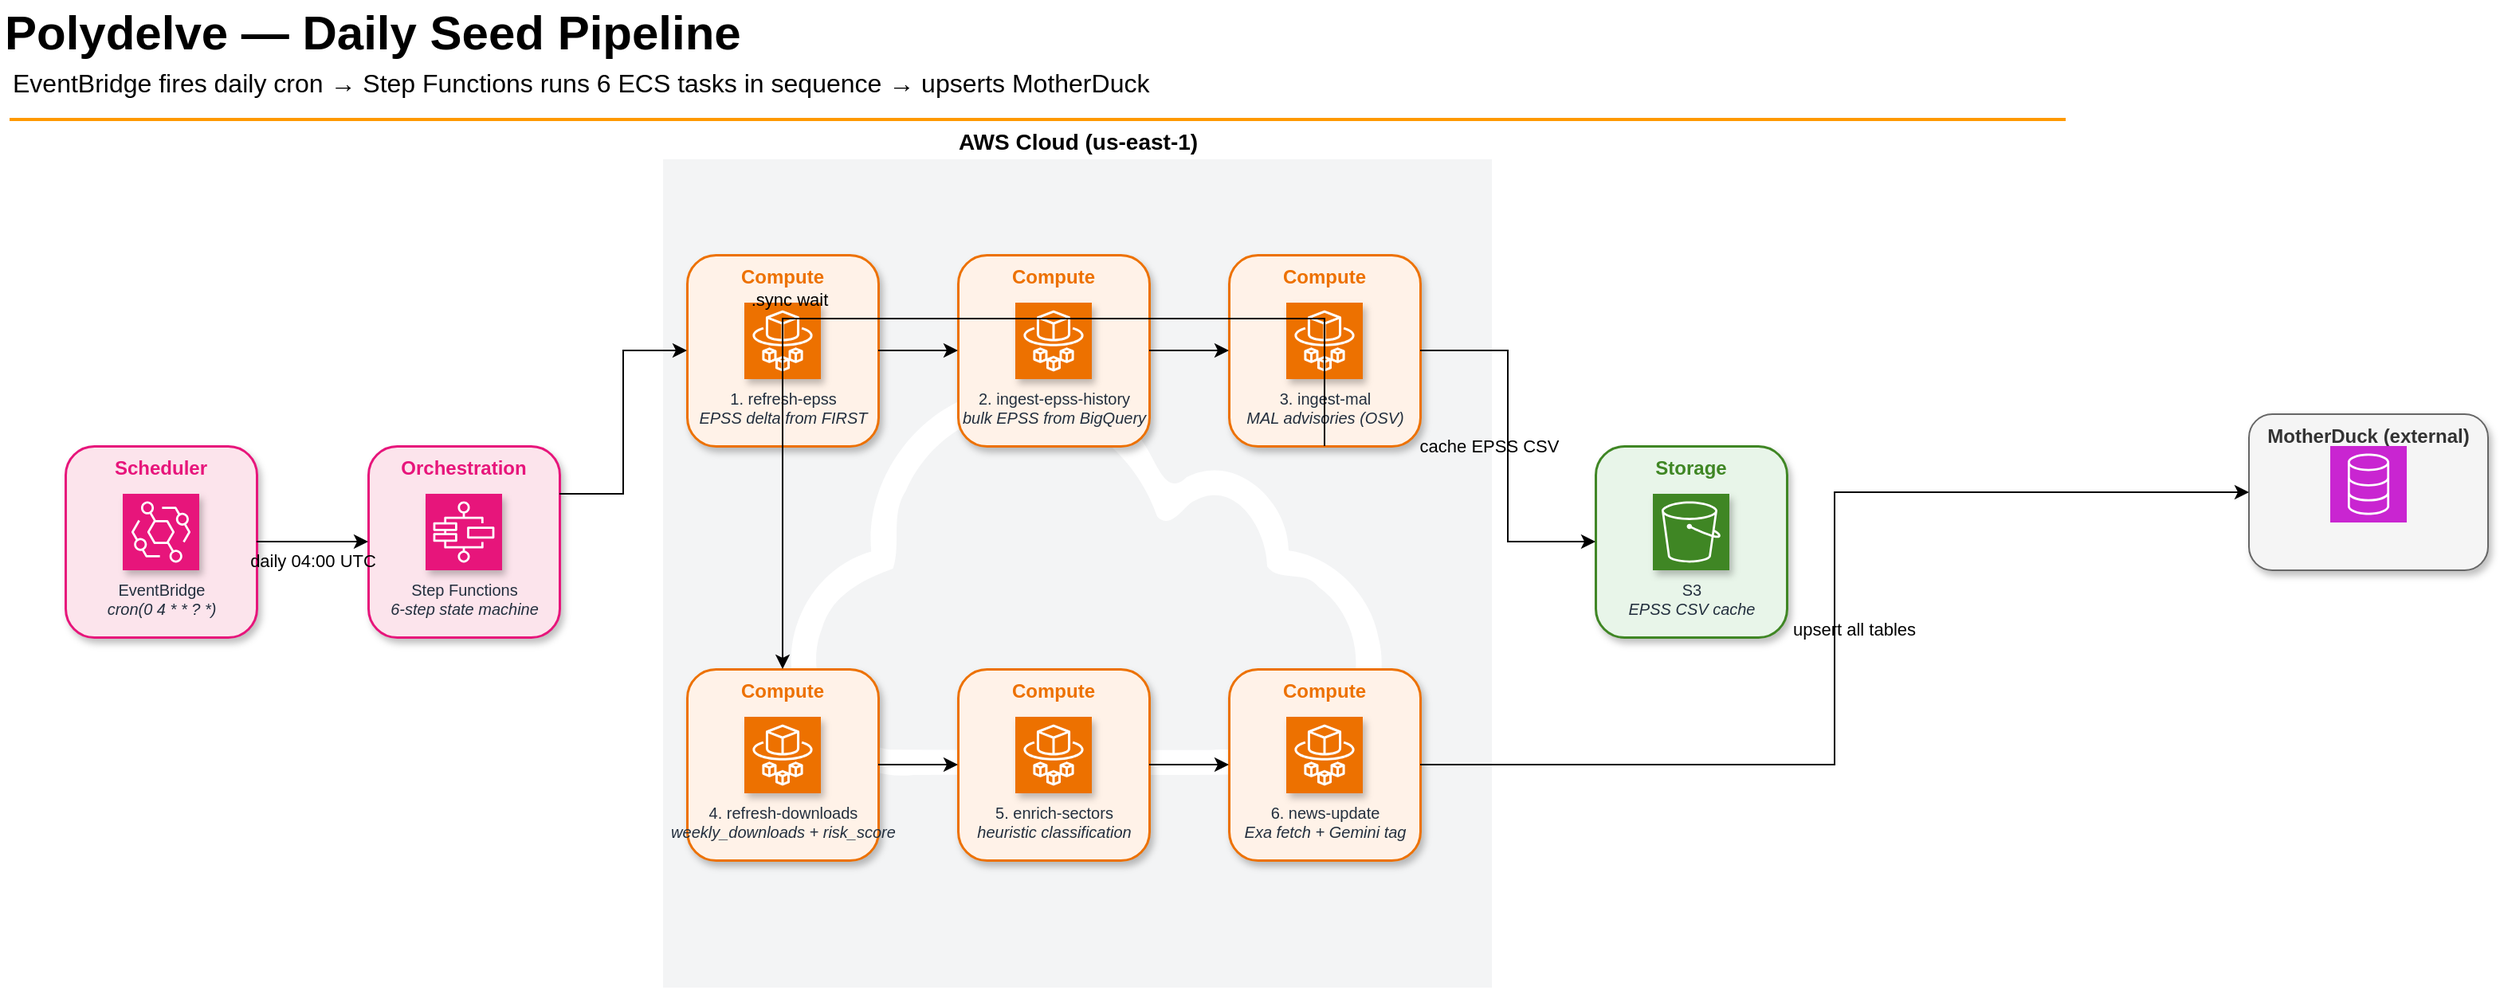
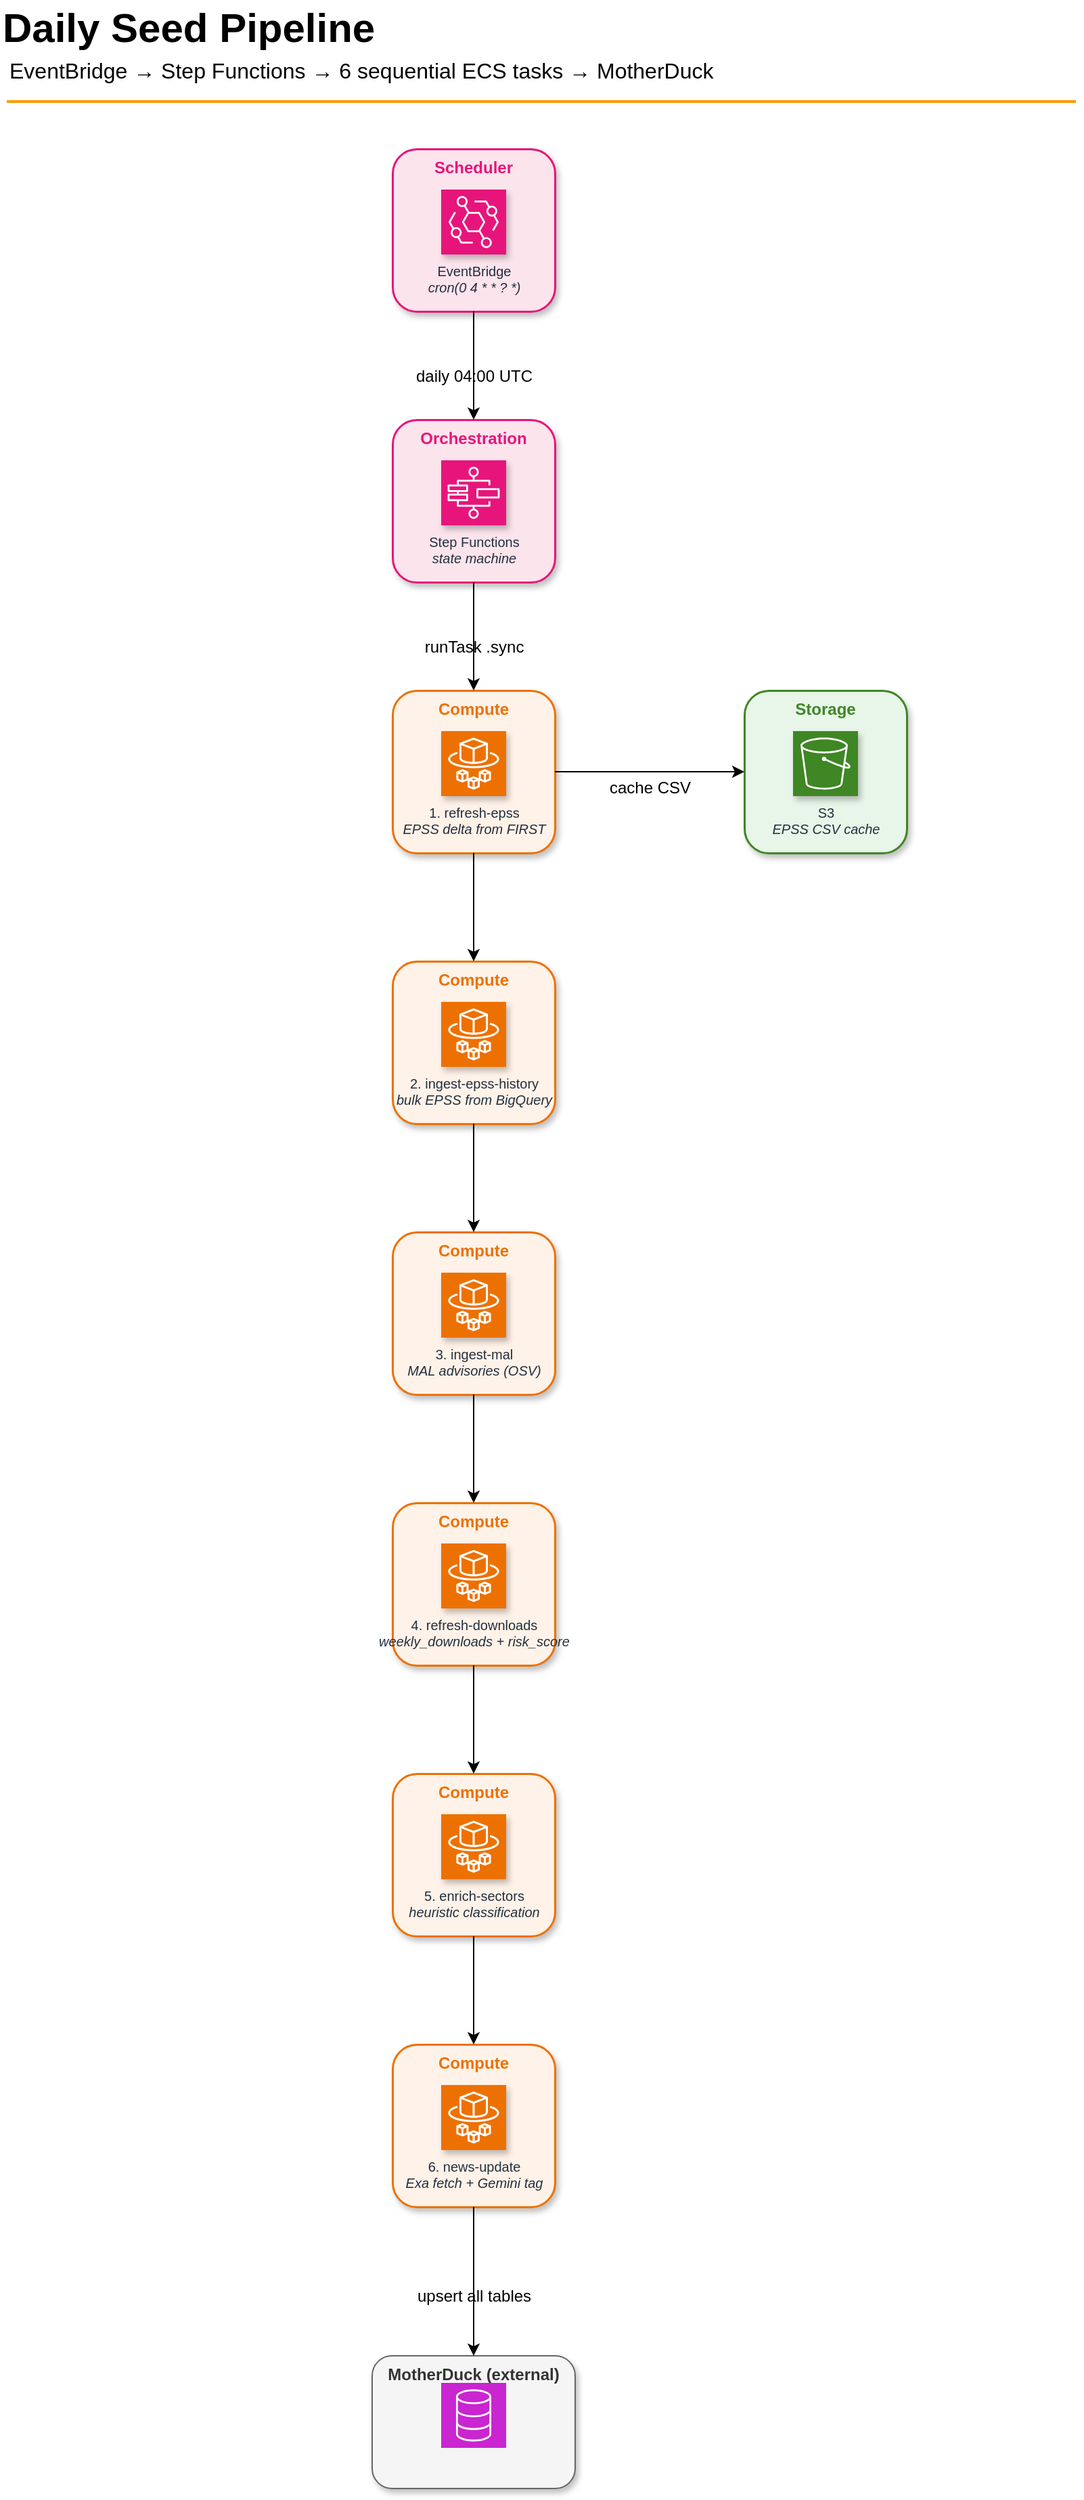
<mxfile host="Electron" version="29.6.1">
  <diagram name="Page-1" id="seed-pipeline">
-     <mxGraphModel dx="1600" dy="800" grid="0" gridSize="10" guides="1" tooltips="1" connect="1" arrows="1" fold="1" page="0" pageScale="1" pageWidth="1600" pageHeight="700" math="0" shadow="0">
+     <mxGraphModel dx="1200" dy="900" grid="0" gridSize="10" guides="1" tooltips="1" connect="1" arrows="1" fold="1" page="0" pageScale="1" pageWidth="900" pageHeight="1600" math="0" shadow="0">
      <root>
        <mxCell id="0" />
        <mxCell id="1" parent="0" />

        <!-- Title -->
        <mxCell id="title-group" connectable="0" style="group;fontFamily=Helvetica;" value="" vertex="1" parent="1">
-           <mxGeometry height="83" width="1300" x="50" y="20" as="geometry" />
+           <mxGeometry height="83" width="800" x="50" y="20" as="geometry" />
        </mxCell>
-         <mxCell id="title-text" style="text;html=1;align=left;verticalAlign=top;spacingTop=-4;fontSize=30;fontStyle=1;fontFamily=Helvetica;" value="Polydelve — Daily Seed Pipeline" vertex="1" parent="title-group">
-           <mxGeometry height="42" width="900" as="geometry" />
+         <mxCell id="title-text" style="text;html=1;align=left;verticalAlign=top;spacingTop=-4;fontSize=30;fontStyle=1;fontFamily=Helvetica;" value="Daily Seed Pipeline" vertex="1" parent="title-group">
+           <mxGeometry height="42" width="600" as="geometry" />
        </mxCell>
-         <mxCell id="subtitle-text" style="text;html=1;align=left;verticalAlign=top;spacingTop=-4;fontSize=16;fontFamily=Helvetica;" value="EventBridge fires daily cron → Step Functions runs 6 ECS tasks in sequence → upserts MotherDuck" vertex="1" parent="title-group">
-           <mxGeometry height="25" width="1100" x="5" y="40" as="geometry" />
+         <mxCell id="subtitle-text" style="text;html=1;align=left;verticalAlign=top;spacingTop=-4;fontSize=16;fontFamily=Helvetica;" value="EventBridge → Step Functions → 6 sequential ECS tasks → MotherDuck" vertex="1" parent="title-group">
+           <mxGeometry height="25" width="760" x="5" y="40" as="geometry" />
        </mxCell>
        <mxCell id="title-sep" style="line;strokeWidth=2;html=1;strokeColor=#FF9900;fontFamily=Helvetica;" value="" vertex="1" parent="title-group">
-           <mxGeometry height="10" width="1290" x="5" y="70" as="geometry" />
-         </mxCell>
- 
-         <!-- AWS Cloud -->
-         <mxCell id="aws-cloud" style="points=[[0,0],[0.25,0],[0.5,0],[0.75,0],[1,0],[1,0.25],[1,0.5],[1,0.75],[1,1],[0.75,1],[0.5,1],[0.25,1],[0,1],[0,0.75],[0,0.5],[0,0.25]];shape=mxgraph.aws4.group_aws_cloud;fillColor=light-dark(#232F3E0D,#232F3E0D);fillStyle=auto;strokeColor=#232F3E;verticalLabelPosition=top;verticalAlign=bottom;align=center;html=1;fontSize=14;fontStyle=1;fontFamily=Helvetica;container=1;collapsible=0;pointerEvents=0;" value="AWS Cloud (us-east-1)" vertex="1" parent="1">
-           <mxGeometry x="50" y="120" width="1350" height="520" as="geometry" />
+           <mxGeometry height="10" width="790" x="5" y="70" as="geometry" />
        </mxCell>

        <!-- EventBridge -->
-         <mxCell id="grp-eb" style="fillColor=#FCE4EC;strokeColor=#E7157B;rounded=1;whiteSpace=wrap;html=1;verticalAlign=top;fontStyle=1;fontSize=12;fontColor=#E7157B;fontFamily=Helvetica;container=1;collapsible=0;shadow=1;strokeWidth=1.5;" value="Scheduler" vertex="1" parent="aws-cloud">
-           <mxGeometry x="40" y="180" width="120" height="120" as="geometry" />
+         <mxCell id="grp-eb" style="fillColor=#FCE4EC;strokeColor=#E7157B;rounded=1;whiteSpace=wrap;html=1;verticalAlign=top;fontStyle=1;fontSize=12;fontColor=#E7157B;fontFamily=Helvetica;container=1;collapsible=0;shadow=1;strokeWidth=1.5;" value="Scheduler" vertex="1" parent="1">
+           <mxGeometry x="340" y="130" width="120" height="120" as="geometry" />
        </mxCell>
        <mxCell id="svc-eb" style="sketch=0;points=[[0,0,0],[0.25,0,0],[0.5,0,0],[0.75,0,0],[1,0,0],[0,1,0],[0.25,1,0],[0.5,1,0],[0.75,1,0],[1,1,0],[0,0.25,0],[0,0.5,0],[0,0.75,0],[1,0.25,0],[1,0.5,0],[1,0.75,0]];outlineConnect=0;fontColor=#232F3E;fillColor=#E7157B;strokeColor=#ffffff;dashed=0;verticalLabelPosition=bottom;verticalAlign=top;align=center;html=1;fontSize=10;fontStyle=0;aspect=fixed;shape=mxgraph.aws4.resourceIcon;resIcon=mxgraph.aws4.eventbridge;fontFamily=Helvetica;shadow=1;" value="EventBridge&lt;div&gt;&lt;i&gt;cron(0 4 * * ? *)&lt;/i&gt;&lt;/div&gt;" vertex="1" parent="grp-eb">
          <mxGeometry x="36" y="30" width="48" height="48" as="geometry" />
        </mxCell>

        <!-- Step Functions -->
-         <mxCell id="grp-sfn" style="fillColor=#FCE4EC;strokeColor=#E7157B;rounded=1;whiteSpace=wrap;html=1;verticalAlign=top;fontStyle=1;fontSize=12;fontColor=#E7157B;fontFamily=Helvetica;container=1;collapsible=0;shadow=1;strokeWidth=1.5;" value="Orchestration" vertex="1" parent="aws-cloud">
-           <mxGeometry x="230" y="180" width="120" height="120" as="geometry" />
+         <mxCell id="grp-sfn" style="fillColor=#FCE4EC;strokeColor=#E7157B;rounded=1;whiteSpace=wrap;html=1;verticalAlign=top;fontStyle=1;fontSize=12;fontColor=#E7157B;fontFamily=Helvetica;container=1;collapsible=0;shadow=1;strokeWidth=1.5;" value="Orchestration" vertex="1" parent="1">
+           <mxGeometry x="340" y="330" width="120" height="120" as="geometry" />
        </mxCell>
-         <mxCell id="svc-sfn" style="sketch=0;points=[[0,0,0],[0.25,0,0],[0.5,0,0],[0.75,0,0],[1,0,0],[0,1,0],[0.25,1,0],[0.5,1,0],[0.75,1,0],[1,1,0],[0,0.25,0],[0,0.5,0],[0,0.75,0],[1,0.25,0],[1,0.5,0],[1,0.75,0]];outlineConnect=0;fontColor=#232F3E;fillColor=#E7157B;strokeColor=#ffffff;dashed=0;verticalLabelPosition=bottom;verticalAlign=top;align=center;html=1;fontSize=10;fontStyle=0;aspect=fixed;shape=mxgraph.aws4.resourceIcon;resIcon=mxgraph.aws4.step_functions;fontFamily=Helvetica;shadow=1;" value="Step Functions&lt;div&gt;&lt;i&gt;6-step state machine&lt;/i&gt;&lt;/div&gt;" vertex="1" parent="grp-sfn">
+         <mxCell id="svc-sfn" style="sketch=0;points=[[0,0,0],[0.25,0,0],[0.5,0,0],[0.75,0,0],[1,0,0],[0,1,0],[0.25,1,0],[0.5,1,0],[0.75,1,0],[1,1,0],[0,0.25,0],[0,0.5,0],[0,0.75,0],[1,0.25,0],[1,0.5,0],[1,0.75,0]];outlineConnect=0;fontColor=#232F3E;fillColor=#E7157B;strokeColor=#ffffff;dashed=0;verticalLabelPosition=bottom;verticalAlign=top;align=center;html=1;fontSize=10;fontStyle=0;aspect=fixed;shape=mxgraph.aws4.resourceIcon;resIcon=mxgraph.aws4.step_functions;fontFamily=Helvetica;shadow=1;" value="Step Functions&lt;div&gt;&lt;i&gt;state machine&lt;/i&gt;&lt;/div&gt;" vertex="1" parent="grp-sfn">
          <mxGeometry x="36" y="30" width="48" height="48" as="geometry" />
        </mxCell>

-         <!-- Task 1: refresh-epss -->
-         <mxCell id="grp-t1" style="fillColor=#FFF2E8;strokeColor=#ED7100;rounded=1;whiteSpace=wrap;html=1;verticalAlign=top;fontStyle=1;fontSize=12;fontColor=#ED7100;fontFamily=Helvetica;container=1;collapsible=0;shadow=1;strokeWidth=1.5;" value="Compute" vertex="1" parent="aws-cloud">
-           <mxGeometry x="430" y="60" width="120" height="120" as="geometry" />
+         <!-- 6 tasks stacked vertically -->
+         <mxCell id="grp-t1" style="fillColor=#FFF2E8;strokeColor=#ED7100;rounded=1;whiteSpace=wrap;html=1;verticalAlign=top;fontStyle=1;fontSize=12;fontColor=#ED7100;fontFamily=Helvetica;container=1;collapsible=0;shadow=1;strokeWidth=1.5;" value="Compute" vertex="1" parent="1">
+           <mxGeometry x="340" y="530" width="120" height="120" as="geometry" />
        </mxCell>
        <mxCell id="svc-t1" style="sketch=0;points=[[0,0,0],[0.25,0,0],[0.5,0,0],[0.75,0,0],[1,0,0],[0,1,0],[0.25,1,0],[0.5,1,0],[0.75,1,0],[1,1,0],[0,0.25,0],[0,0.5,0],[0,0.75,0],[1,0.25,0],[1,0.5,0],[1,0.75,0]];outlineConnect=0;fontColor=#232F3E;fillColor=#ED7100;strokeColor=#ffffff;dashed=0;verticalLabelPosition=bottom;verticalAlign=top;align=center;html=1;fontSize=10;fontStyle=0;aspect=fixed;shape=mxgraph.aws4.resourceIcon;resIcon=mxgraph.aws4.fargate;fontFamily=Helvetica;shadow=1;" value="1. refresh-epss&lt;div&gt;&lt;i&gt;EPSS delta from FIRST&lt;/i&gt;&lt;/div&gt;" vertex="1" parent="grp-t1">
          <mxGeometry x="36" y="30" width="48" height="48" as="geometry" />
        </mxCell>

-         <!-- Task 2: ingest-epss-history -->
-         <mxCell id="grp-t2" style="fillColor=#FFF2E8;strokeColor=#ED7100;rounded=1;whiteSpace=wrap;html=1;verticalAlign=top;fontStyle=1;fontSize=12;fontColor=#ED7100;fontFamily=Helvetica;container=1;collapsible=0;shadow=1;strokeWidth=1.5;" value="Compute" vertex="1" parent="aws-cloud">
-           <mxGeometry x="600" y="60" width="120" height="120" as="geometry" />
+         <mxCell id="grp-t2" style="fillColor=#FFF2E8;strokeColor=#ED7100;rounded=1;whiteSpace=wrap;html=1;verticalAlign=top;fontStyle=1;fontSize=12;fontColor=#ED7100;fontFamily=Helvetica;container=1;collapsible=0;shadow=1;strokeWidth=1.5;" value="Compute" vertex="1" parent="1">
+           <mxGeometry x="340" y="730" width="120" height="120" as="geometry" />
        </mxCell>
        <mxCell id="svc-t2" style="sketch=0;points=[[0,0,0],[0.25,0,0],[0.5,0,0],[0.75,0,0],[1,0,0],[0,1,0],[0.25,1,0],[0.5,1,0],[0.75,1,0],[1,1,0],[0,0.25,0],[0,0.5,0],[0,0.75,0],[1,0.25,0],[1,0.5,0],[1,0.75,0]];outlineConnect=0;fontColor=#232F3E;fillColor=#ED7100;strokeColor=#ffffff;dashed=0;verticalLabelPosition=bottom;verticalAlign=top;align=center;html=1;fontSize=10;fontStyle=0;aspect=fixed;shape=mxgraph.aws4.resourceIcon;resIcon=mxgraph.aws4.fargate;fontFamily=Helvetica;shadow=1;" value="2. ingest-epss-history&lt;div&gt;&lt;i&gt;bulk EPSS from BigQuery&lt;/i&gt;&lt;/div&gt;" vertex="1" parent="grp-t2">
          <mxGeometry x="36" y="30" width="48" height="48" as="geometry" />
        </mxCell>

-         <!-- Task 3: ingest-mal -->
-         <mxCell id="grp-t3" style="fillColor=#FFF2E8;strokeColor=#ED7100;rounded=1;whiteSpace=wrap;html=1;verticalAlign=top;fontStyle=1;fontSize=12;fontColor=#ED7100;fontFamily=Helvetica;container=1;collapsible=0;shadow=1;strokeWidth=1.5;" value="Compute" vertex="1" parent="aws-cloud">
-           <mxGeometry x="770" y="60" width="120" height="120" as="geometry" />
+         <mxCell id="grp-t3" style="fillColor=#FFF2E8;strokeColor=#ED7100;rounded=1;whiteSpace=wrap;html=1;verticalAlign=top;fontStyle=1;fontSize=12;fontColor=#ED7100;fontFamily=Helvetica;container=1;collapsible=0;shadow=1;strokeWidth=1.5;" value="Compute" vertex="1" parent="1">
+           <mxGeometry x="340" y="930" width="120" height="120" as="geometry" />
        </mxCell>
        <mxCell id="svc-t3" style="sketch=0;points=[[0,0,0],[0.25,0,0],[0.5,0,0],[0.75,0,0],[1,0,0],[0,1,0],[0.25,1,0],[0.5,1,0],[0.75,1,0],[1,1,0],[0,0.25,0],[0,0.5,0],[0,0.75,0],[1,0.25,0],[1,0.5,0],[1,0.75,0]];outlineConnect=0;fontColor=#232F3E;fillColor=#ED7100;strokeColor=#ffffff;dashed=0;verticalLabelPosition=bottom;verticalAlign=top;align=center;html=1;fontSize=10;fontStyle=0;aspect=fixed;shape=mxgraph.aws4.resourceIcon;resIcon=mxgraph.aws4.fargate;fontFamily=Helvetica;shadow=1;" value="3. ingest-mal&lt;div&gt;&lt;i&gt;MAL advisories (OSV)&lt;/i&gt;&lt;/div&gt;" vertex="1" parent="grp-t3">
          <mxGeometry x="36" y="30" width="48" height="48" as="geometry" />
        </mxCell>

-         <!-- Task 4: refresh-downloads -->
-         <mxCell id="grp-t4" style="fillColor=#FFF2E8;strokeColor=#ED7100;rounded=1;whiteSpace=wrap;html=1;verticalAlign=top;fontStyle=1;fontSize=12;fontColor=#ED7100;fontFamily=Helvetica;container=1;collapsible=0;shadow=1;strokeWidth=1.5;" value="Compute" vertex="1" parent="aws-cloud">
-           <mxGeometry x="430" y="320" width="120" height="120" as="geometry" />
+         <mxCell id="grp-t4" style="fillColor=#FFF2E8;strokeColor=#ED7100;rounded=1;whiteSpace=wrap;html=1;verticalAlign=top;fontStyle=1;fontSize=12;fontColor=#ED7100;fontFamily=Helvetica;container=1;collapsible=0;shadow=1;strokeWidth=1.5;" value="Compute" vertex="1" parent="1">
+           <mxGeometry x="340" y="1130" width="120" height="120" as="geometry" />
        </mxCell>
        <mxCell id="svc-t4" style="sketch=0;points=[[0,0,0],[0.25,0,0],[0.5,0,0],[0.75,0,0],[1,0,0],[0,1,0],[0.25,1,0],[0.5,1,0],[0.75,1,0],[1,1,0],[0,0.25,0],[0,0.5,0],[0,0.75,0],[1,0.25,0],[1,0.5,0],[1,0.75,0]];outlineConnect=0;fontColor=#232F3E;fillColor=#ED7100;strokeColor=#ffffff;dashed=0;verticalLabelPosition=bottom;verticalAlign=top;align=center;html=1;fontSize=10;fontStyle=0;aspect=fixed;shape=mxgraph.aws4.resourceIcon;resIcon=mxgraph.aws4.fargate;fontFamily=Helvetica;shadow=1;" value="4. refresh-downloads&lt;div&gt;&lt;i&gt;weekly_downloads + risk_score&lt;/i&gt;&lt;/div&gt;" vertex="1" parent="grp-t4">
          <mxGeometry x="36" y="30" width="48" height="48" as="geometry" />
        </mxCell>

-         <!-- Task 5: enrich-sectors -->
-         <mxCell id="grp-t5" style="fillColor=#FFF2E8;strokeColor=#ED7100;rounded=1;whiteSpace=wrap;html=1;verticalAlign=top;fontStyle=1;fontSize=12;fontColor=#ED7100;fontFamily=Helvetica;container=1;collapsible=0;shadow=1;strokeWidth=1.5;" value="Compute" vertex="1" parent="aws-cloud">
-           <mxGeometry x="600" y="320" width="120" height="120" as="geometry" />
+         <mxCell id="grp-t5" style="fillColor=#FFF2E8;strokeColor=#ED7100;rounded=1;whiteSpace=wrap;html=1;verticalAlign=top;fontStyle=1;fontSize=12;fontColor=#ED7100;fontFamily=Helvetica;container=1;collapsible=0;shadow=1;strokeWidth=1.5;" value="Compute" vertex="1" parent="1">
+           <mxGeometry x="340" y="1330" width="120" height="120" as="geometry" />
        </mxCell>
        <mxCell id="svc-t5" style="sketch=0;points=[[0,0,0],[0.25,0,0],[0.5,0,0],[0.75,0,0],[1,0,0],[0,1,0],[0.25,1,0],[0.5,1,0],[0.75,1,0],[1,1,0],[0,0.25,0],[0,0.5,0],[0,0.75,0],[1,0.25,0],[1,0.5,0],[1,0.75,0]];outlineConnect=0;fontColor=#232F3E;fillColor=#ED7100;strokeColor=#ffffff;dashed=0;verticalLabelPosition=bottom;verticalAlign=top;align=center;html=1;fontSize=10;fontStyle=0;aspect=fixed;shape=mxgraph.aws4.resourceIcon;resIcon=mxgraph.aws4.fargate;fontFamily=Helvetica;shadow=1;" value="5. enrich-sectors&lt;div&gt;&lt;i&gt;heuristic classification&lt;/i&gt;&lt;/div&gt;" vertex="1" parent="grp-t5">
          <mxGeometry x="36" y="30" width="48" height="48" as="geometry" />
        </mxCell>

-         <!-- Task 6: news-update -->
-         <mxCell id="grp-t6" style="fillColor=#FFF2E8;strokeColor=#ED7100;rounded=1;whiteSpace=wrap;html=1;verticalAlign=top;fontStyle=1;fontSize=12;fontColor=#ED7100;fontFamily=Helvetica;container=1;collapsible=0;shadow=1;strokeWidth=1.5;" value="Compute" vertex="1" parent="aws-cloud">
-           <mxGeometry x="770" y="320" width="120" height="120" as="geometry" />
+         <mxCell id="grp-t6" style="fillColor=#FFF2E8;strokeColor=#ED7100;rounded=1;whiteSpace=wrap;html=1;verticalAlign=top;fontStyle=1;fontSize=12;fontColor=#ED7100;fontFamily=Helvetica;container=1;collapsible=0;shadow=1;strokeWidth=1.5;" value="Compute" vertex="1" parent="1">
+           <mxGeometry x="340" y="1530" width="120" height="120" as="geometry" />
        </mxCell>
        <mxCell id="svc-t6" style="sketch=0;points=[[0,0,0],[0.25,0,0],[0.5,0,0],[0.75,0,0],[1,0,0],[0,1,0],[0.25,1,0],[0.5,1,0],[0.75,1,0],[1,1,0],[0,0.25,0],[0,0.5,0],[0,0.75,0],[1,0.25,0],[1,0.5,0],[1,0.75,0]];outlineConnect=0;fontColor=#232F3E;fillColor=#ED7100;strokeColor=#ffffff;dashed=0;verticalLabelPosition=bottom;verticalAlign=top;align=center;html=1;fontSize=10;fontStyle=0;aspect=fixed;shape=mxgraph.aws4.resourceIcon;resIcon=mxgraph.aws4.fargate;fontFamily=Helvetica;shadow=1;" value="6. news-update&lt;div&gt;&lt;i&gt;Exa fetch + Gemini tag&lt;/i&gt;&lt;/div&gt;" vertex="1" parent="grp-t6">
          <mxGeometry x="36" y="30" width="48" height="48" as="geometry" />
        </mxCell>

-         <!-- S3 cache -->
-         <mxCell id="grp-s3" style="fillColor=#E8F5E9;strokeColor=#3F8624;rounded=1;whiteSpace=wrap;html=1;verticalAlign=top;fontStyle=1;fontSize=12;fontColor=#3F8624;fontFamily=Helvetica;container=1;collapsible=0;shadow=1;strokeWidth=1.5;" value="Storage" vertex="1" parent="aws-cloud">
-           <mxGeometry x="1000" y="180" width="120" height="120" as="geometry" />
+         <!-- S3 cache off to the side of task 1 -->
+         <mxCell id="grp-s3" style="fillColor=#E8F5E9;strokeColor=#3F8624;rounded=1;whiteSpace=wrap;html=1;verticalAlign=top;fontStyle=1;fontSize=12;fontColor=#3F8624;fontFamily=Helvetica;container=1;collapsible=0;shadow=1;strokeWidth=1.5;" value="Storage" vertex="1" parent="1">
+           <mxGeometry x="600" y="530" width="120" height="120" as="geometry" />
        </mxCell>
        <mxCell id="svc-s3" style="sketch=0;points=[[0,0,0],[0.25,0,0],[0.5,0,0],[0.75,0,0],[1,0,0],[0,1,0],[0.25,1,0],[0.5,1,0],[0.75,1,0],[1,1,0],[0,0.25,0],[0,0.5,0],[0,0.75,0],[1,0.25,0],[1,0.5,0],[1,0.75,0]];outlineConnect=0;fontColor=#232F3E;fillColor=#3F8624;strokeColor=#ffffff;dashed=0;verticalLabelPosition=bottom;verticalAlign=top;align=center;html=1;fontSize=10;fontStyle=0;aspect=fixed;shape=mxgraph.aws4.resourceIcon;resIcon=mxgraph.aws4.s3;fontFamily=Helvetica;shadow=1;" value="S3&lt;div&gt;&lt;i&gt;EPSS CSV cache&lt;/i&gt;&lt;/div&gt;" vertex="1" parent="grp-s3">
          <mxGeometry x="36" y="30" width="48" height="48" as="geometry" />
        </mxCell>

-         <!-- MotherDuck -->
+         <!-- MotherDuck at bottom -->
        <mxCell id="md-container" style="fillColor=#f5f5f5;strokeColor=light-dark(#666666,#D4D4D4);rounded=1;whiteSpace=wrap;html=1;verticalAlign=top;fontStyle=1;fontSize=12;fontColor=#333333;fontFamily=Helvetica;container=1;collapsible=0;shadow=1;strokeWidth=1;" value="MotherDuck (external)" vertex="1" parent="1">
-           <mxGeometry x="1460" y="280" height="98" width="150" as="geometry" />
+           <mxGeometry x="325" y="1760" height="98" width="150" as="geometry" />
        </mxCell>
        <mxCell id="md-icon" style="sketch=0;outlineConnect=0;fontColor=#232F3E;fillColor=#C925D1;strokeColor=#ffffff;dashed=0;verticalLabelPosition=bottom;verticalAlign=top;align=center;html=1;fontSize=10;fontStyle=0;aspect=fixed;shape=mxgraph.aws4.resourceIcon;resIcon=mxgraph.aws4.database;fontFamily=Helvetica;" value="" vertex="1" parent="md-container">
          <mxGeometry x="51" y="20" width="48" height="48" as="geometry" />
        </mxCell>

-         <!-- Edges -->
-         <mxCell id="e1" style="edgeStyle=orthogonalEdgeStyle;rounded=0;html=1;fontFamily=Helvetica;fontSize=11;exitX=1;exitY=0.5;exitDx=0;exitDy=0;entryX=0;entryY=0.5;entryDx=0;entryDy=0;" edge="1" parent="1" source="grp-eb" target="grp-sfn">
+         <!-- Edges vertical -->
+         <mxCell id="e1" style="edgeStyle=orthogonalEdgeStyle;rounded=0;html=1;fontFamily=Helvetica;fontSize=12;exitX=0.5;exitY=1;exitDx=0;exitDy=0;entryX=0.5;entryY=0;entryDx=0;entryDy=0;" edge="1" parent="1" source="grp-eb" target="grp-sfn">
          <mxGeometry relative="1" as="geometry" />
        </mxCell>
-         <mxCell id="e1-lbl" value="daily 04:00 UTC" style="edgeLabel;html=1;align=center;verticalAlign=middle;resizable=0;points=[];labelBackgroundColor=none;fontFamily=Helvetica;fontSize=11;" connectable="0" vertex="1" parent="e1">
-           <mxGeometry relative="1" x="0" y="-12" as="geometry"><mxPoint as="offset" /></mxGeometry>
+         <mxCell id="e1-lbl" value="daily 04:00 UTC" style="edgeLabel;html=1;align=center;verticalAlign=middle;resizable=0;points=[];labelBackgroundColor=none;fontFamily=Helvetica;fontSize=12;" connectable="0" vertex="1" parent="e1">
+           <mxGeometry relative="1" x="0.2" y="0" as="geometry"><mxPoint as="offset" /></mxGeometry>
+         </mxCell>
+         <mxCell id="e2" style="edgeStyle=orthogonalEdgeStyle;rounded=0;html=1;fontFamily=Helvetica;fontSize=12;exitX=0.5;exitY=1;exitDx=0;exitDy=0;entryX=0.5;entryY=0;entryDx=0;entryDy=0;" edge="1" parent="1" source="grp-sfn" target="grp-t1">
+           <mxGeometry relative="1" as="geometry" />
+         </mxCell>
+         <mxCell id="e2-lbl" value="runTask .sync" style="edgeLabel;html=1;align=center;verticalAlign=middle;resizable=0;points=[];labelBackgroundColor=none;fontFamily=Helvetica;fontSize=12;" connectable="0" vertex="1" parent="e2">
+           <mxGeometry relative="1" x="0.2" y="0" as="geometry"><mxPoint as="offset" /></mxGeometry>
+         </mxCell>
+         <mxCell id="e3" style="edgeStyle=orthogonalEdgeStyle;rounded=0;html=1;fontFamily=Helvetica;fontSize=12;exitX=0.5;exitY=1;exitDx=0;exitDy=0;entryX=0.5;entryY=0;entryDx=0;entryDy=0;" edge="1" parent="1" source="grp-t1" target="grp-t2">
+           <mxGeometry relative="1" as="geometry" />
+         </mxCell>
+         <mxCell id="e4" style="edgeStyle=orthogonalEdgeStyle;rounded=0;html=1;fontFamily=Helvetica;fontSize=12;exitX=0.5;exitY=1;exitDx=0;exitDy=0;entryX=0.5;entryY=0;entryDx=0;entryDy=0;" edge="1" parent="1" source="grp-t2" target="grp-t3">
+           <mxGeometry relative="1" as="geometry" />
+         </mxCell>
+         <mxCell id="e5" style="edgeStyle=orthogonalEdgeStyle;rounded=0;html=1;fontFamily=Helvetica;fontSize=12;exitX=0.5;exitY=1;exitDx=0;exitDy=0;entryX=0.5;entryY=0;entryDx=0;entryDy=0;" edge="1" parent="1" source="grp-t3" target="grp-t4">
+           <mxGeometry relative="1" as="geometry" />
+         </mxCell>
+         <mxCell id="e6" style="edgeStyle=orthogonalEdgeStyle;rounded=0;html=1;fontFamily=Helvetica;fontSize=12;exitX=0.5;exitY=1;exitDx=0;exitDy=0;entryX=0.5;entryY=0;entryDx=0;entryDy=0;" edge="1" parent="1" source="grp-t4" target="grp-t5">
+           <mxGeometry relative="1" as="geometry" />
+         </mxCell>
+         <mxCell id="e7" style="edgeStyle=orthogonalEdgeStyle;rounded=0;html=1;fontFamily=Helvetica;fontSize=12;exitX=0.5;exitY=1;exitDx=0;exitDy=0;entryX=0.5;entryY=0;entryDx=0;entryDy=0;" edge="1" parent="1" source="grp-t5" target="grp-t6">
+           <mxGeometry relative="1" as="geometry" />
+         </mxCell>
+         <mxCell id="e8" style="edgeStyle=orthogonalEdgeStyle;rounded=0;html=1;fontFamily=Helvetica;fontSize=12;exitX=0.5;exitY=1;exitDx=0;exitDy=0;entryX=0.5;entryY=0;entryDx=0;entryDy=0;" edge="1" parent="1" source="grp-t6" target="md-container">
+           <mxGeometry relative="1" as="geometry" />
+         </mxCell>
+         <mxCell id="e8-lbl" value="upsert all tables" style="edgeLabel;html=1;align=center;verticalAlign=middle;resizable=0;points=[];labelBackgroundColor=none;fontFamily=Helvetica;fontSize=12;" connectable="0" vertex="1" parent="e8">
+           <mxGeometry relative="1" x="0.2" y="0" as="geometry"><mxPoint as="offset" /></mxGeometry>
        </mxCell>

-         <mxCell id="e2" style="edgeStyle=orthogonalEdgeStyle;rounded=0;html=1;fontFamily=Helvetica;fontSize=11;exitX=1;exitY=0.25;exitDx=0;exitDy=0;entryX=0;entryY=0.5;entryDx=0;entryDy=0;" edge="1" parent="1" source="grp-sfn" target="grp-t1">
+         <!-- S3 side edge from task 1 -->
+         <mxCell id="e-s3" style="edgeStyle=orthogonalEdgeStyle;rounded=0;html=1;fontFamily=Helvetica;fontSize=12;exitX=1;exitY=0.5;exitDx=0;exitDy=0;entryX=0;entryY=0.5;entryDx=0;entryDy=0;" edge="1" parent="1" source="grp-t1" target="grp-s3">
          <mxGeometry relative="1" as="geometry" />
        </mxCell>
-         <mxCell id="e3" style="edgeStyle=orthogonalEdgeStyle;rounded=0;html=1;fontFamily=Helvetica;fontSize=11;exitX=1;exitY=0.5;exitDx=0;exitDy=0;entryX=0;entryY=0.5;entryDx=0;entryDy=0;" edge="1" parent="1" source="grp-t1" target="grp-t2">
-           <mxGeometry relative="1" as="geometry" />
-         </mxCell>
-         <mxCell id="e4" style="edgeStyle=orthogonalEdgeStyle;rounded=0;html=1;fontFamily=Helvetica;fontSize=11;exitX=1;exitY=0.5;exitDx=0;exitDy=0;entryX=0;entryY=0.5;entryDx=0;entryDy=0;" edge="1" parent="1" source="grp-t2" target="grp-t3">
-           <mxGeometry relative="1" as="geometry" />
-         </mxCell>
-         <mxCell id="e5" style="edgeStyle=orthogonalEdgeStyle;rounded=0;html=1;fontFamily=Helvetica;fontSize=11;exitX=0.5;exitY=1;exitDx=0;exitDy=0;entryX=0.5;entryY=0;entryDx=0;entryDy=0;" edge="1" parent="1" source="grp-t3" target="grp-t4">
-           <mxGeometry relative="1" as="geometry">
-             <Array as="points">
-               <mxPoint x="830" y="220" />
-               <mxPoint x="490" y="220" />
-             </Array>
-           </mxGeometry>
-         </mxCell>
-         <mxCell id="e5-lbl" value=".sync wait" style="edgeLabel;html=1;align=center;verticalAlign=middle;resizable=0;points=[];labelBackgroundColor=none;fontFamily=Helvetica;fontSize=11;" connectable="0" vertex="1" parent="e5">
-           <mxGeometry relative="1" x="0.3" y="-12" as="geometry"><mxPoint as="offset" /></mxGeometry>
-         </mxCell>
-         <mxCell id="e6" style="edgeStyle=orthogonalEdgeStyle;rounded=0;html=1;fontFamily=Helvetica;fontSize=11;exitX=1;exitY=0.5;exitDx=0;exitDy=0;entryX=0;entryY=0.5;entryDx=0;entryDy=0;" edge="1" parent="1" source="grp-t4" target="grp-t5">
-           <mxGeometry relative="1" as="geometry" />
-         </mxCell>
-         <mxCell id="e7" style="edgeStyle=orthogonalEdgeStyle;rounded=0;html=1;fontFamily=Helvetica;fontSize=11;exitX=1;exitY=0.5;exitDx=0;exitDy=0;entryX=0;entryY=0.5;entryDx=0;entryDy=0;" edge="1" parent="1" source="grp-t5" target="grp-t6">
-           <mxGeometry relative="1" as="geometry" />
-         </mxCell>
- 
-         <!-- Tasks write to MotherDuck -->
-         <mxCell id="e8" style="edgeStyle=orthogonalEdgeStyle;rounded=0;html=1;fontFamily=Helvetica;fontSize=11;exitX=1;exitY=0.5;exitDx=0;exitDy=0;entryX=0;entryY=0.5;entryDx=0;entryDy=0;" edge="1" parent="1" source="grp-t3" target="grp-s3">
-           <mxGeometry relative="1" as="geometry" />
-         </mxCell>
-         <mxCell id="e8-lbl" value="cache EPSS CSV" style="edgeLabel;html=1;align=center;verticalAlign=middle;resizable=0;points=[];labelBackgroundColor=none;fontFamily=Helvetica;fontSize=11;" connectable="0" vertex="1" parent="e8">
-           <mxGeometry relative="1" x="0" y="-12" as="geometry"><mxPoint as="offset" /></mxGeometry>
-         </mxCell>
- 
-         <mxCell id="e9" style="edgeStyle=orthogonalEdgeStyle;rounded=0;html=1;fontFamily=Helvetica;fontSize=11;exitX=1;exitY=0.5;exitDx=0;exitDy=0;entryX=0;entryY=0.5;entryDx=0;entryDy=0;" edge="1" parent="1" source="grp-t6" target="md-container">
-           <mxGeometry relative="1" as="geometry" />
-         </mxCell>
-         <mxCell id="e9-lbl" value="upsert all tables" style="edgeLabel;html=1;align=center;verticalAlign=middle;resizable=0;points=[];labelBackgroundColor=none;fontFamily=Helvetica;fontSize=11;" connectable="0" vertex="1" parent="e9">
+         <mxCell id="e-s3-lbl" value="cache CSV" style="edgeLabel;html=1;align=center;verticalAlign=middle;resizable=0;points=[];labelBackgroundColor=none;fontFamily=Helvetica;fontSize=12;" connectable="0" vertex="1" parent="e-s3">
          <mxGeometry relative="1" x="0" y="-12" as="geometry"><mxPoint as="offset" /></mxGeometry>
        </mxCell>

      </root>
    </mxGraphModel>
  </diagram>
</mxfile>
